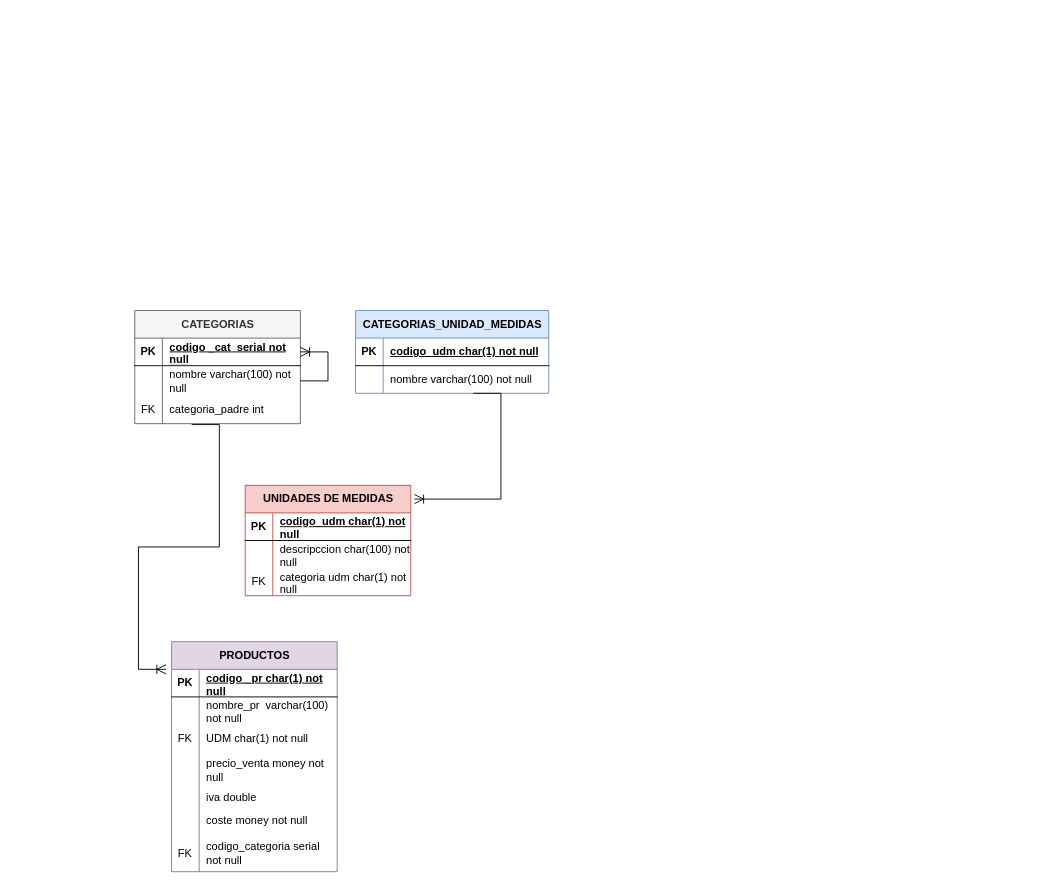
This is page "Página-2" (2 of 2) of inventario.drawio from GabrielaAltamiran/BDD-modulo3, a draw.io file, before an edit. Source tidied: cells renumbered, new cells numbered last; positions are measured from the earlier drawing's top-left corner, leaving out a move shared by most shapes. Both pictures are drawn from the tidied source at 92%, with x=0, y=0 at pixel (134, 310).
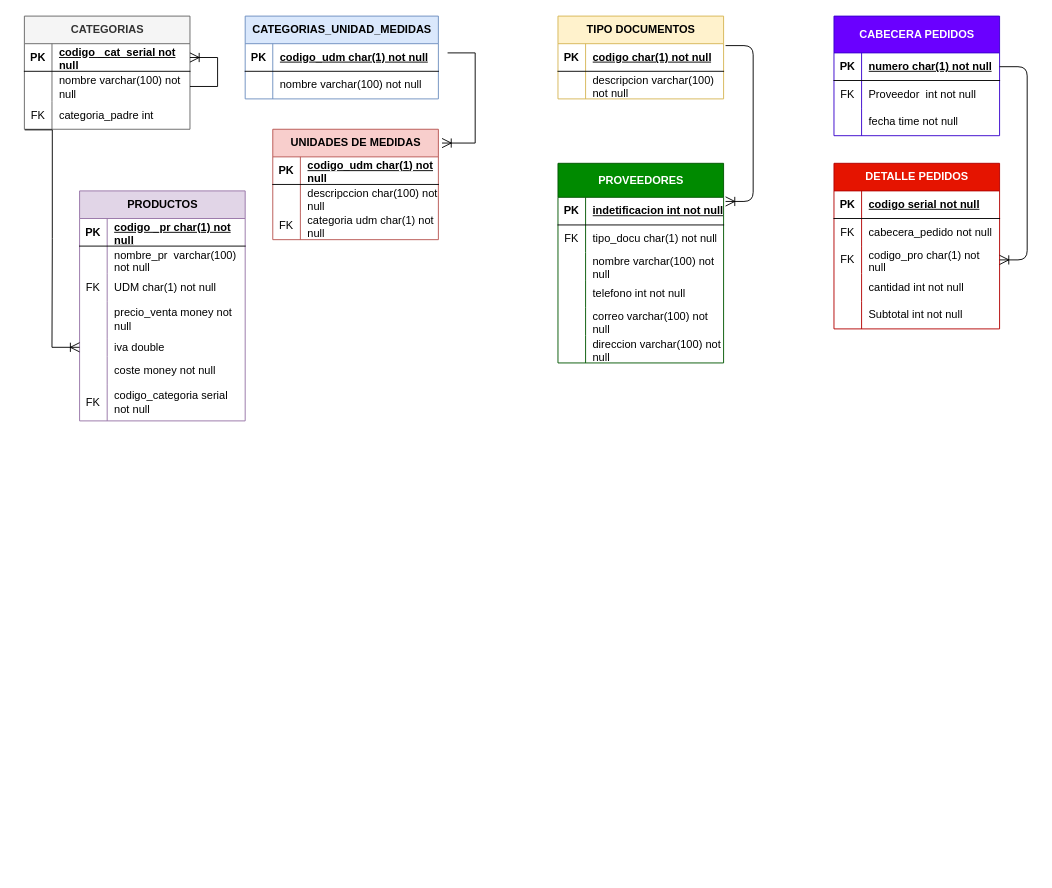
Above is the later version.

The change refers to these unchanged cells:
```xml
<mxCell id="9" style="shape=tableRow;horizontal=0;startSize=0;swimlaneHead=0;swimlaneBody=0;fillColor=none;points=[[0,0.5],[1,0.5]];portConstraint=eastwest;top=0;left=0;right=0;bottom=0;labelBackgroundColor=none;rounded=0;" parent="2" vertex="1">
  <mxGeometry y="93" width="180" height="30" as="geometry" />
</mxCell>
<mxCell id="44" style="shape=tableRow;horizontal=0;startSize=0;swimlaneHead=0;swimlaneBody=0;fillColor=none;points=[[0,0.5],[1,0.5]];portConstraint=eastwest;top=0;left=0;right=0;bottom=0;labelBackgroundColor=none;rounded=0;" parent="31" vertex="1">
  <mxGeometry y="160" width="180" height="20" as="geometry" />
</mxCell>
```

Change to the diagram source:
```diff
@@
     <mxCell id="2" value="CATEGORIAS" style="shape=table;startSize=30;childLayout=tableLayout;rowLines=0;fontStyle=1;align=center;html=1;labelBackgroundColor=none;rounded=0;fillColor=#f5f5f5;fontColor=#333333;strokeColor=#666666;" parent="1" vertex="1">
-      <mxGeometry width="180" height="123" as="geometry" />
+      <mxGeometry x="-120" y="-320" width="180" height="123" as="geometry" />
     </mxCell>
@@
     <mxCell id="13" value="CATEGORIAS_UNIDAD_MEDIDAS" style="shape=table;startSize=30;childLayout=tableLayout;rowLines=0;fontStyle=1;align=center;html=1;labelBackgroundColor=none;rounded=0;swimlaneFillColor=none;fillColor=#dae8fc;strokeColor=#6c8ebf;" parent="1" vertex="1">
-      <mxGeometry x="240" width="210" height="90" as="geometry" />
+      <mxGeometry x="120" y="-320" width="210" height="90" as="geometry" />
     </mxCell>
@@
     <mxCell id="20" value="UNIDADES DE MEDIDAS" style="shape=table;startSize=30;childLayout=tableLayout;rowLines=0;fontStyle=1;align=center;html=1;labelBackgroundColor=none;rounded=0;fillColor=#f8cecc;strokeColor=#b85450;" parent="1" vertex="1">
-      <mxGeometry x="120" y="190" width="180" height="120" as="geometry" />
+      <mxGeometry x="150" y="-197" width="180" height="120" as="geometry" />
     </mxCell>
@@
-    <mxCell id="30" style="edgeStyle=entityRelationEdgeStyle;fontSize=12;html=1;endArrow=ERoneToMany;rounded=0;startSize=8;endSize=8;curved=0;exitX=0.562;exitY=1.1;exitDx=0;exitDy=0;exitPerimeter=0;entryX=1.022;entryY=0.125;entryDx=0;entryDy=0;entryPerimeter=0;labelBackgroundColor=none;fontColor=default;" parent="1" edge="1" target="20">
+    <mxCell id="30" style="edgeStyle=entityRelationEdgeStyle;fontSize=12;html=1;endArrow=ERoneToMany;rounded=0;startSize=8;endSize=8;curved=0;entryX=1.022;entryY=0.125;entryDx=0;entryDy=0;entryPerimeter=0;labelBackgroundColor=none;fontColor=default;" parent="1" edge="1" target="20">
       <mxGeometry relative="1" as="geometry">
-        <mxPoint x="368" y="90" as="sourcePoint" />
+        <mxPoint x="340" y="-280" as="sourcePoint" />
       </mxGeometry>
     </mxCell>
     <mxCell id="31" value="PRODUCTOS" style="shape=table;startSize=30;childLayout=tableLayout;rowLines=0;fontStyle=1;align=center;html=1;labelBackgroundColor=none;rounded=0;fillColor=#e1d5e7;strokeColor=#9673a6;" parent="1" vertex="1">
-      <mxGeometry x="40" y="360" width="180" height="250" as="geometry" />
+      <mxGeometry x="-60" y="-130" width="180" height="250" as="geometry" />
     </mxCell>
@@
-    <mxCell id="53" style="edgeStyle=entityRelationEdgeStyle;fontSize=12;html=1;endArrow=ERoneToMany;rounded=0;startSize=8;endSize=8;curved=0;exitX=0.344;exitY=1.033;exitDx=0;exitDy=0;exitPerimeter=0;labelBackgroundColor=none;fontColor=default;" parent="1" edge="1" source="9">
+    <mxCell id="53" style="edgeStyle=entityRelationEdgeStyle;fontSize=12;html=1;endArrow=ERoneToMany;rounded=0;startSize=8;endSize=8;curved=0;labelBackgroundColor=none;fontColor=default;exitX=0.002;exitY=1.022;exitDx=0;exitDy=0;exitPerimeter=0;entryX=0;entryY=0.5;entryDx=0;entryDy=0;" parent="1" edge="1" source="9" target="44">
       <mxGeometry relative="1" as="geometry">
-        <mxPoint x="34" y="390" as="targetPoint" />
         <Array as="points">
+          <mxPoint x="-110" y="-200" />
+          <mxPoint x="-110" y="-230" />
+          <mxPoint x="-140" y="-140" />
+          <mxPoint x="-120" y="-140" />
           <mxPoint x="30" y="310" />
+          <mxPoint x="-130" y="-50" />
+          <mxPoint x="-120" y="-50" />
           <mxPoint x="40" y="310" />
         </Array>
       </mxGeometry>
     </mxCell>
+    <mxCell id="54" value="TIPO DOCUMENTOS" style="shape=table;startSize=30;childLayout=tableLayout;rowLines=0;fontStyle=1;align=center;html=1;fillColor=#fff2cc;strokeColor=#d6b656;" parent="1" vertex="1">
+      <mxGeometry x="460" y="-320" width="180" height="90" as="geometry" />
+    </mxCell>
+    <mxCell id="55" style="shape=tableRow;horizontal=0;startSize=0;swimlaneHead=0;swimlaneBody=0;fillColor=none;points=[[0,0.5],[1,0.5]];portConstraint=eastwest;top=0;left=0;right=0;bottom=1;" parent="54" vertex="1">
+      <mxGeometry y="30" width="180" height="30" as="geometry" />
+    </mxCell>
+    <mxCell id="56" value="PK" style="shape=partialRectangle;fillColor=none;top=0;left=0;bottom=0;right=0;fontStyle=1;overflow=hidden;whiteSpace=wrap;html=1;" parent="55" vertex="1">
+      <mxGeometry width="30" height="30" as="geometry" />
+    </mxCell>
+    <mxCell id="57" value="codigo char(1) not null" style="shape=partialRectangle;fillColor=none;top=0;left=0;bottom=0;right=0;align=left;spacingLeft=6;fontStyle=5;overflow=hidden;whiteSpace=wrap;html=1;" parent="55" vertex="1">
+      <mxGeometry x="30" width="150" height="30" as="geometry" />
+    </mxCell>
+    <mxCell id="58" style="shape=tableRow;horizontal=0;startSize=0;swimlaneHead=0;swimlaneBody=0;fillColor=none;top=0;left=0;right=0;bottom=0;" parent="54" vertex="1">
+      <mxGeometry y="60" width="180" height="30" as="geometry" />
+    </mxCell>
+    <mxCell id="59" style="shape=partialRectangle;fillColor=none;top=0;left=0;bottom=0;right=0;overflow=hidden;whiteSpace=wrap;html=1;" parent="58" vertex="1">
+      <mxGeometry width="30" height="30" as="geometry" />
+    </mxCell>
+    <mxCell id="60" value="descripcion varchar(100) not null" style="shape=partialRectangle;fillColor=none;top=0;left=0;bottom=0;right=0;align=left;spacingLeft=6;overflow=hidden;whiteSpace=wrap;html=1;" parent="58" vertex="1">
+      <mxGeometry x="30" width="150" height="30" as="geometry" />
+    </mxCell>
+    <mxCell id="61" value="PROVEEDORES" style="shape=table;startSize=37;childLayout=tableLayout;rowLines=0;fontStyle=1;align=center;html=1;fillColor=#008a00;fontColor=#ffffff;strokeColor=#005700;" parent="1" vertex="1">
+      <mxGeometry x="460" y="-160" width="180" height="217" as="geometry" />
+    </mxCell>
+    <mxCell id="62" style="shape=tableRow;horizontal=0;startSize=0;swimlaneHead=0;swimlaneBody=0;fillColor=none;points=[[0,0.5],[1,0.5]];portConstraint=eastwest;top=0;left=0;right=0;bottom=1;" parent="61" vertex="1">
+      <mxGeometry y="37" width="180" height="30" as="geometry" />
+    </mxCell>
+    <mxCell id="63" value="PK" style="shape=partialRectangle;fillColor=none;top=0;left=0;bottom=0;right=0;fontStyle=1;overflow=hidden;whiteSpace=wrap;html=1;" parent="62" vertex="1">
+      <mxGeometry width="30" height="30" as="geometry" />
+    </mxCell>
+    <mxCell id="64" value="indetificacion int not null" style="shape=partialRectangle;fillColor=none;top=0;left=0;bottom=0;right=0;align=left;spacingLeft=6;fontStyle=5;overflow=hidden;whiteSpace=wrap;html=1;" parent="62" vertex="1">
+      <mxGeometry x="30" width="150" height="30" as="geometry" />
+    </mxCell>
+    <mxCell id="65" style="shape=tableRow;horizontal=0;startSize=0;swimlaneHead=0;swimlaneBody=0;fillColor=none;top=0;left=0;right=0;bottom=0;" parent="61" vertex="1">
+      <mxGeometry y="67" width="180" height="30" as="geometry" />
+    </mxCell>
+    <mxCell id="66" value="FK" style="shape=partialRectangle;fillColor=none;top=0;left=0;bottom=0;right=0;overflow=hidden;whiteSpace=wrap;html=1;" parent="65" vertex="1">
+      <mxGeometry width="30" height="30" as="geometry" />
+    </mxCell>
+    <mxCell id="67" value="tipo_docu char(1) not null" style="shape=partialRectangle;fillColor=none;top=0;left=0;bottom=0;right=0;align=left;spacingLeft=6;overflow=hidden;whiteSpace=wrap;html=1;" parent="65" vertex="1">
+      <mxGeometry x="30" width="150" height="30" as="geometry" />
+    </mxCell>
+    <mxCell id="68" style="shape=tableRow;horizontal=0;startSize=0;swimlaneHead=0;swimlaneBody=0;fillColor=none;top=0;left=0;right=0;bottom=0;" parent="61" vertex="1">
+      <mxGeometry y="97" width="180" height="30" as="geometry" />
+    </mxCell>
+    <mxCell id="69" style="shape=partialRectangle;fillColor=none;top=0;left=0;bottom=0;right=0;overflow=hidden;whiteSpace=wrap;html=1;" parent="68" vertex="1">
+      <mxGeometry width="30" height="30" as="geometry" />
+    </mxCell>
+    <mxCell id="70" value="nombre varchar(100) not null" style="shape=partialRectangle;fillColor=none;top=0;left=0;bottom=0;right=0;align=left;spacingLeft=6;overflow=hidden;whiteSpace=wrap;html=1;" parent="68" vertex="1">
+      <mxGeometry x="30" width="150" height="30" as="geometry" />
+    </mxCell>
+    <mxCell id="71" style="shape=tableRow;horizontal=0;startSize=0;swimlaneHead=0;swimlaneBody=0;fillColor=none;top=0;left=0;right=0;bottom=0;" parent="61" vertex="1">
+      <mxGeometry y="127" width="180" height="30" as="geometry" />
+    </mxCell>
+    <mxCell id="72" style="shape=partialRectangle;fillColor=none;top=0;left=0;bottom=0;right=0;overflow=hidden;whiteSpace=wrap;html=1;" parent="71" vertex="1">
+      <mxGeometry width="30" height="30" as="geometry" />
+    </mxCell>
+    <mxCell id="73" value="telefono int not null" style="shape=partialRectangle;fillColor=none;top=0;left=0;bottom=0;right=0;align=left;spacingLeft=6;overflow=hidden;whiteSpace=wrap;html=1;" parent="71" vertex="1">
+      <mxGeometry x="30" width="150" height="30" as="geometry" />
+    </mxCell>
+    <mxCell id="74" style="shape=tableRow;horizontal=0;startSize=0;swimlaneHead=0;swimlaneBody=0;fillColor=none;top=0;left=0;right=0;bottom=0;" parent="61" vertex="1">
+      <mxGeometry y="157" width="180" height="30" as="geometry" />
+    </mxCell>
+    <mxCell id="75" style="shape=partialRectangle;fillColor=none;top=0;left=0;bottom=0;right=0;overflow=hidden;whiteSpace=wrap;html=1;" parent="74" vertex="1">
+      <mxGeometry width="30" height="30" as="geometry" />
+    </mxCell>
+    <mxCell id="76" value="correo varchar(100) not null" style="shape=partialRectangle;fillColor=none;top=0;left=0;bottom=0;right=0;align=left;spacingLeft=6;overflow=hidden;whiteSpace=wrap;html=1;" parent="74" vertex="1">
+      <mxGeometry x="30" width="150" height="30" as="geometry" />
+    </mxCell>
+    <mxCell id="77" style="shape=tableRow;horizontal=0;startSize=0;swimlaneHead=0;swimlaneBody=0;fillColor=none;top=0;left=0;right=0;bottom=0;" parent="61" vertex="1">
+      <mxGeometry y="187" width="180" height="30" as="geometry" />
+    </mxCell>
+    <mxCell id="78" style="shape=partialRectangle;fillColor=none;top=0;left=0;bottom=0;right=0;overflow=hidden;whiteSpace=wrap;html=1;" parent="77" vertex="1">
+      <mxGeometry width="30" height="30" as="geometry" />
+    </mxCell>
+    <mxCell id="79" value="direccion varchar(100) not null" style="shape=partialRectangle;fillColor=none;top=0;left=0;bottom=0;right=0;align=left;spacingLeft=6;overflow=hidden;whiteSpace=wrap;html=1;" parent="77" vertex="1">
+      <mxGeometry x="30" width="150" height="30" as="geometry" />
+    </mxCell>
+    <mxCell id="80" style="edgeStyle=entityRelationEdgeStyle;fontSize=12;html=1;endArrow=ERoneToMany;rounded=1;startSize=8;endSize=8;curved=0;exitX=1.012;exitY=0.069;exitDx=0;exitDy=0;exitPerimeter=0;entryX=1.012;entryY=0.149;entryDx=0;entryDy=0;entryPerimeter=0;" parent="1" edge="1" source="55" target="62">
+      <mxGeometry relative="1" as="geometry" />
+    </mxCell>
+    <mxCell id="81" value="CABECERA PEDIDOS" style="shape=table;startSize=40;childLayout=tableLayout;rowLines=0;fontStyle=1;align=center;html=1;fillColor=#6a00ff;fontColor=#ffffff;strokeColor=#3700CC;" parent="1" vertex="1">
+      <mxGeometry x="760" y="-320" width="180" height="130" as="geometry" />
+    </mxCell>
+    <mxCell id="82" style="shape=tableRow;horizontal=0;startSize=0;swimlaneHead=0;swimlaneBody=0;fillColor=none;points=[[0,0.5],[1,0.5]];portConstraint=eastwest;top=0;left=0;right=0;bottom=1;" parent="81" vertex="1">
+      <mxGeometry y="40" width="180" height="30" as="geometry" />
+    </mxCell>
+    <mxCell id="83" value="PK" style="shape=partialRectangle;fillColor=none;top=0;left=0;bottom=0;right=0;fontStyle=1;overflow=hidden;whiteSpace=wrap;html=1;" parent="82" vertex="1">
+      <mxGeometry width="30" height="30" as="geometry" />
+    </mxCell>
+    <mxCell id="84" value="numero char(1) not null" style="shape=partialRectangle;fillColor=none;top=0;left=0;bottom=0;right=0;align=left;spacingLeft=6;fontStyle=5;overflow=hidden;whiteSpace=wrap;html=1;" parent="82" vertex="1">
+      <mxGeometry x="30" width="150" height="30" as="geometry" />
+    </mxCell>
+    <mxCell id="85" style="shape=tableRow;horizontal=0;startSize=0;swimlaneHead=0;swimlaneBody=0;fillColor=none;top=0;left=0;right=0;bottom=0;" parent="81" vertex="1">
+      <mxGeometry y="70" width="180" height="30" as="geometry" />
+    </mxCell>
+    <mxCell id="86" value="FK" style="shape=partialRectangle;fillColor=none;top=0;left=0;bottom=0;right=0;overflow=hidden;whiteSpace=wrap;html=1;" parent="85" vertex="1">
+      <mxGeometry width="30" height="30" as="geometry" />
+    </mxCell>
+    <mxCell id="87" value="Proveedor&amp;nbsp; int not null" style="shape=partialRectangle;fillColor=none;top=0;left=0;bottom=0;right=0;align=left;spacingLeft=6;overflow=hidden;whiteSpace=wrap;html=1;" parent="85" vertex="1">
+      <mxGeometry x="30" width="150" height="30" as="geometry" />
+    </mxCell>
+    <mxCell id="88" style="shape=tableRow;horizontal=0;startSize=0;swimlaneHead=0;swimlaneBody=0;fillColor=none;top=0;left=0;right=0;bottom=0;" parent="81" vertex="1">
+      <mxGeometry y="100" width="180" height="30" as="geometry" />
+    </mxCell>
+    <mxCell id="89" style="shape=partialRectangle;fillColor=none;top=0;left=0;bottom=0;right=0;overflow=hidden;whiteSpace=wrap;html=1;" parent="88" vertex="1">
+      <mxGeometry width="30" height="30" as="geometry" />
+    </mxCell>
+    <mxCell id="90" value="fecha time not null" style="shape=partialRectangle;fillColor=none;top=0;left=0;bottom=0;right=0;align=left;spacingLeft=6;overflow=hidden;whiteSpace=wrap;html=1;" parent="88" vertex="1">
+      <mxGeometry x="30" width="150" height="30" as="geometry" />
+    </mxCell>
+    <mxCell id="91" value="DETALLE PEDIDOS" style="shape=table;startSize=30;childLayout=tableLayout;rowLines=0;fontStyle=1;align=center;html=1;fillColor=#e51400;fontColor=#ffffff;strokeColor=#B20000;" parent="1" vertex="1">
+      <mxGeometry x="760" y="-160" width="180" height="180" as="geometry" />
+    </mxCell>
+    <mxCell id="92" style="shape=tableRow;horizontal=0;startSize=0;swimlaneHead=0;swimlaneBody=0;fillColor=none;top=0;left=0;right=0;bottom=1;" parent="91" vertex="1">
+      <mxGeometry y="30" width="180" height="30" as="geometry" />
+    </mxCell>
+    <mxCell id="93" value="PK" style="shape=partialRectangle;fillColor=none;top=0;left=0;bottom=0;right=0;fontStyle=1;overflow=hidden;whiteSpace=wrap;html=1;" parent="92" vertex="1">
+      <mxGeometry width="30" height="30" as="geometry" />
+    </mxCell>
+    <mxCell id="94" value="codigo serial not null" style="shape=partialRectangle;fillColor=none;top=0;left=0;bottom=0;right=0;align=left;spacingLeft=6;fontStyle=5;overflow=hidden;whiteSpace=wrap;html=1;" parent="92" vertex="1">
+      <mxGeometry x="30" width="150" height="30" as="geometry" />
+    </mxCell>
+    <mxCell id="95" style="shape=tableRow;horizontal=0;startSize=0;swimlaneHead=0;swimlaneBody=0;fillColor=none;top=0;left=0;right=0;bottom=0;" parent="91" vertex="1">
+      <mxGeometry y="60" width="180" height="30" as="geometry" />
+    </mxCell>
+    <mxCell id="96" value="FK" style="shape=partialRectangle;fillColor=none;top=0;left=0;bottom=0;right=0;overflow=hidden;whiteSpace=wrap;html=1;" parent="95" vertex="1">
+      <mxGeometry width="30" height="30" as="geometry" />
+    </mxCell>
+    <mxCell id="97" value="cabecera_pedido not null" style="shape=partialRectangle;fillColor=none;top=0;left=0;bottom=0;right=0;align=left;spacingLeft=6;overflow=hidden;whiteSpace=wrap;html=1;" parent="95" vertex="1">
+      <mxGeometry x="30" width="150" height="30" as="geometry" />
+    </mxCell>
+    <mxCell id="98" style="shape=tableRow;horizontal=0;startSize=0;swimlaneHead=0;swimlaneBody=0;fillColor=none;points=[[0,0.5],[1,0.5]];portConstraint=eastwest;top=0;left=0;right=0;bottom=0;" parent="91" vertex="1">
+      <mxGeometry y="90" width="180" height="30" as="geometry" />
+    </mxCell>
+    <mxCell id="99" value="FK" style="shape=partialRectangle;fillColor=none;top=0;left=0;bottom=0;right=0;overflow=hidden;whiteSpace=wrap;html=1;" parent="98" vertex="1">
+      <mxGeometry width="30" height="30" as="geometry" />
+    </mxCell>
+    <mxCell id="100" value="codigo_pro char(1) not null" style="shape=partialRectangle;fillColor=none;top=0;left=0;bottom=0;right=0;align=left;spacingLeft=6;overflow=hidden;whiteSpace=wrap;html=1;" parent="98" vertex="1">
+      <mxGeometry x="30" width="150" height="30" as="geometry" />
+    </mxCell>
+    <mxCell id="101" style="shape=tableRow;horizontal=0;startSize=0;swimlaneHead=0;swimlaneBody=0;fillColor=none;top=0;left=0;right=0;bottom=0;" parent="91" vertex="1">
+      <mxGeometry y="120" width="180" height="30" as="geometry" />
+    </mxCell>
+    <mxCell id="102" style="shape=partialRectangle;fillColor=none;top=0;left=0;bottom=0;right=0;overflow=hidden;whiteSpace=wrap;html=1;" parent="101" vertex="1">
+      <mxGeometry width="30" height="30" as="geometry" />
+    </mxCell>
+    <mxCell id="103" value="cantidad int not null" style="shape=partialRectangle;fillColor=none;top=0;left=0;bottom=0;right=0;align=left;spacingLeft=6;overflow=hidden;whiteSpace=wrap;html=1;" parent="101" vertex="1">
+      <mxGeometry x="30" width="150" height="30" as="geometry" />
+    </mxCell>
+    <mxCell id="104" style="shape=tableRow;horizontal=0;startSize=0;swimlaneHead=0;swimlaneBody=0;fillColor=none;top=0;left=0;right=0;bottom=0;" parent="91" vertex="1">
+      <mxGeometry y="150" width="180" height="30" as="geometry" />
+    </mxCell>
+    <mxCell id="105" style="shape=partialRectangle;fillColor=none;top=0;left=0;bottom=0;right=0;overflow=hidden;whiteSpace=wrap;html=1;" parent="104" vertex="1">
+      <mxGeometry width="30" height="30" as="geometry" />
+    </mxCell>
+    <mxCell id="106" value="Subtotal int not null" style="shape=partialRectangle;fillColor=none;top=0;left=0;bottom=0;right=0;align=left;spacingLeft=6;overflow=hidden;whiteSpace=wrap;html=1;" parent="104" vertex="1">
+      <mxGeometry x="30" width="150" height="30" as="geometry" />
+    </mxCell>
+    <mxCell id="107" style="edgeStyle=entityRelationEdgeStyle;fontSize=12;html=1;endArrow=ERoneToMany;rounded=1;startSize=8;endSize=8;curved=0;exitX=1;exitY=0.5;exitDx=0;exitDy=0;" parent="1" edge="1" source="82" target="98">
+      <mxGeometry relative="1" as="geometry" />
+    </mxCell>
```
